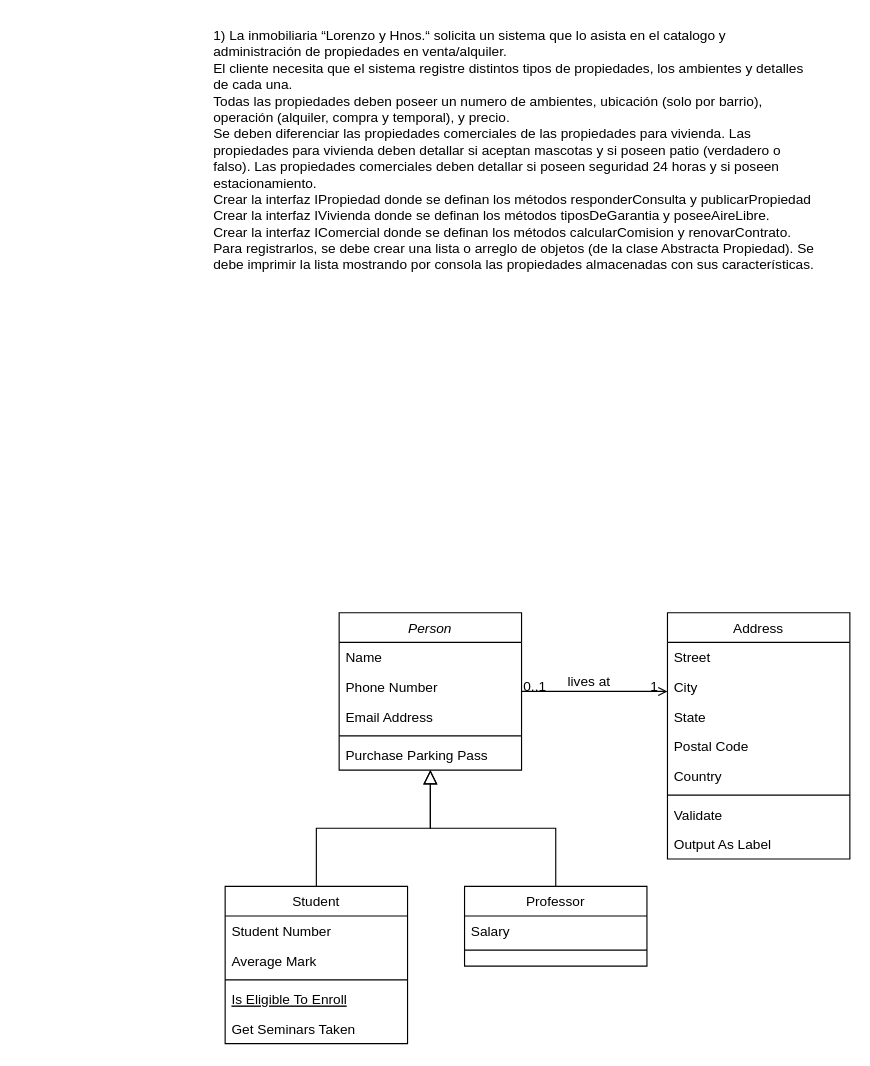
Earlier version of the draw.io diagram DesarrolloOrientadoObjetos/Parcial2DOO/Parcial2DOO.drawio (monick96/PracticeCsharp). Source tidied: cells renumbered, new cells numbered last; positions are measured from the earlier drawing's top-left corner, leaving out a move shared by most shapes. Both pictures are drawn from the tidied source at 114%, with x=0, y=0 at pixel (211, 19).
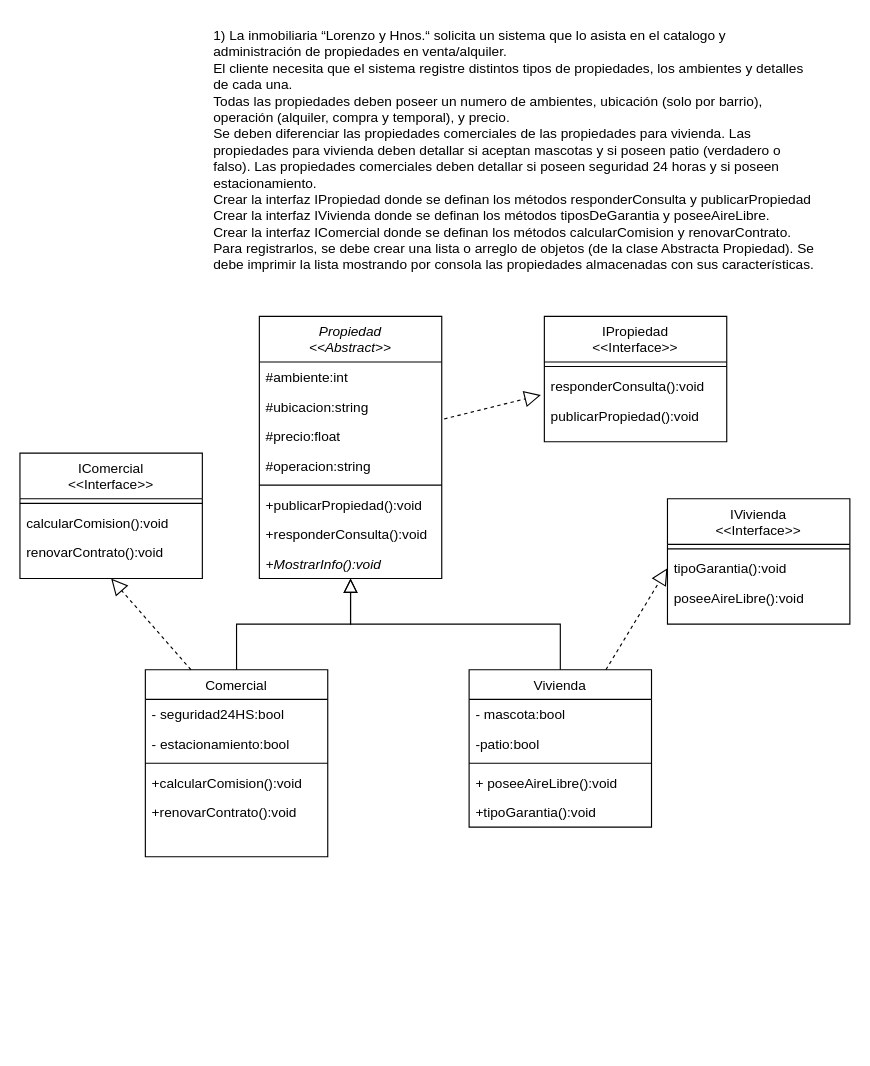
The same diagram, later.

Diff of the diagram source:
```diff
@@
-    <mxCell id="2" value="Person" style="swimlane;fontStyle=2;align=center;verticalAlign=top;horizontal=1;startSize=26;rounded=0;shadow=0;strokeWidth=1;" parent="1" vertex="1">
-      <mxGeometry x="112" y="520" width="160" height="138" as="geometry" />
+    <mxCell id="2" value="Propiedad&#10;&lt;&lt;Abstract&gt;&gt;" style="swimlane;fontStyle=2;align=center;verticalAlign=top;horizontal=1;startSize=40;rounded=0;shadow=0;strokeWidth=1;" parent="1" vertex="1">
+      <mxGeometry x="42" y="260" width="160" height="230" as="geometry" />
     </mxCell>
-    <mxCell id="3" value="Name" style="text;align=left;verticalAlign=top;spacingLeft=4;spacingRight=4;overflow=hidden;" parent="2" vertex="1">
-      <mxGeometry y="26" width="160" height="26" as="geometry" />
+    <mxCell id="3" value="#ambiente:int" style="text;align=left;verticalAlign=top;spacingLeft=4;spacingRight=4;overflow=hidden;" parent="2" vertex="1">
+      <mxGeometry y="40" width="160" height="26" as="geometry" />
     </mxCell>
-    <mxCell id="4" value="Phone Number" style="text;align=left;verticalAlign=top;spacingLeft=4;spacingRight=4;overflow=hidden;points=[[0,0.5],[1,0.5]];portConstraint=eastwest;rounded=0;shadow=0;html=0;" parent="2" vertex="1">
-      <mxGeometry y="52" width="160" height="26" as="geometry" />
+    <mxCell id="4" value="#ubicacion:string" style="text;align=left;verticalAlign=top;spacingLeft=4;spacingRight=4;overflow=hidden;points=[[0,0.5],[1,0.5]];portConstraint=eastwest;rounded=0;shadow=0;html=0;" parent="2" vertex="1">
+      <mxGeometry y="66" width="160" height="26" as="geometry" />
     </mxCell>
+    <mxCell id="33" value="#precio:float" style="text;align=left;verticalAlign=top;spacingLeft=4;spacingRight=4;overflow=hidden;rounded=0;shadow=0;html=0;" parent="2" vertex="1">
+      <mxGeometry y="92" width="160" height="26" as="geometry" />
+    </mxCell>
-    <mxCell id="5" value="Email Address" style="text;align=left;verticalAlign=top;spacingLeft=4;spacingRight=4;overflow=hidden;rounded=0;shadow=0;html=0;" parent="2" vertex="1">
-      <mxGeometry y="78" width="160" height="26" as="geometry" />
+    <mxCell id="5" value="#operacion:string" style="text;align=left;verticalAlign=top;spacingLeft=4;spacingRight=4;overflow=hidden;rounded=0;shadow=0;html=0;" parent="2" vertex="1">
+      <mxGeometry y="118" width="160" height="26" as="geometry" />
     </mxCell>
     <mxCell id="6" style="line;html=1;strokeWidth=1;align=left;verticalAlign=middle;spacingTop=-1;spacingLeft=3;spacingRight=3;labelPosition=right;" parent="2" vertex="1">
-      <mxGeometry y="104" width="160" height="8" as="geometry" />
+      <mxGeometry y="144" width="160" height="8" as="geometry" />
     </mxCell>
-    <mxCell id="7" value="Purchase Parking Pass" style="text;align=left;verticalAlign=top;spacingLeft=4;spacingRight=4;overflow=hidden;" parent="2" vertex="1">
-      <mxGeometry y="112" width="160" height="26" as="geometry" />
-    </mxCell>
+    <mxCell id="34" value="+publicarPropiedad():void" style="text;align=left;verticalAlign=top;spacingLeft=4;spacingRight=4;overflow=hidden;rounded=0;shadow=0;html=0;" parent="2" vertex="1">
+      <mxGeometry y="152" width="160" height="26" as="geometry" />
+    </mxCell>
+    <mxCell id="35" value="+responderConsulta():void" style="text;align=left;verticalAlign=top;spacingLeft=4;spacingRight=4;overflow=hidden;" parent="2" vertex="1">
+      <mxGeometry y="178" width="160" height="26" as="geometry" />
+    </mxCell>
+    <mxCell id="36" value="+MostrarInfo():void" style="text;align=left;verticalAlign=top;spacingLeft=4;spacingRight=4;overflow=hidden;fontStyle=2;" parent="2" vertex="1">
+      <mxGeometry y="204" width="160" height="26" as="geometry" />
+    </mxCell>
-    <mxCell id="8" value="Student" style="swimlane;fontStyle=0;align=center;verticalAlign=top;horizontal=1;startSize=26;rounded=0;shadow=0;strokeWidth=1;" parent="1" vertex="1">
-      <mxGeometry x="12" y="760" width="160" height="138" as="geometry" />
+    <mxCell id="8" value="Comercial" style="swimlane;fontStyle=0;align=center;verticalAlign=top;horizontal=1;startSize=26;rounded=0;shadow=0;strokeWidth=1;" parent="1" vertex="1">
+      <mxGeometry x="-58" y="570" width="160" height="164" as="geometry" />
     </mxCell>
-    <mxCell id="9" value="Student Number" style="text;align=left;verticalAlign=top;spacingLeft=4;spacingRight=4;overflow=hidden;" parent="8" vertex="1">
+    <mxCell id="9" value="- seguridad24HS:bool" style="text;align=left;verticalAlign=top;spacingLeft=4;spacingRight=4;overflow=hidden;" parent="8" vertex="1">
       <mxGeometry y="26" width="160" height="26" as="geometry" />
     </mxCell>
-    <mxCell id="10" value="Average Mark" style="text;align=left;verticalAlign=top;spacingLeft=4;spacingRight=4;overflow=hidden;rounded=0;shadow=0;html=0;" parent="8" vertex="1">
+    <mxCell id="10" value="- estacionamiento:bool" style="text;align=left;verticalAlign=top;spacingLeft=4;spacingRight=4;overflow=hidden;rounded=0;shadow=0;html=0;" parent="8" vertex="1">
       <mxGeometry y="52" width="160" height="26" as="geometry" />
     </mxCell>
@@
-    <mxCell id="12" value="Is Eligible To Enroll" style="text;align=left;verticalAlign=top;spacingLeft=4;spacingRight=4;overflow=hidden;fontStyle=4;" parent="8" vertex="1">
-      <mxGeometry y="86" width="160" height="26" as="geometry" />
-    </mxCell>
-    <mxCell id="13" value="Get Seminars Taken" style="text;align=left;verticalAlign=top;spacingLeft=4;spacingRight=4;overflow=hidden;" parent="8" vertex="1">
-      <mxGeometry y="112" width="160" height="26" as="geometry" />
-    </mxCell>
+    <mxCell id="37" value="+calcularComision():void" style="text;align=left;verticalAlign=top;spacingLeft=4;spacingRight=4;overflow=hidden;" parent="8" vertex="1">
+      <mxGeometry y="86" width="160" height="26" as="geometry" />
+    </mxCell>
+    <mxCell id="38" value="+renovarContrato():void" style="text;align=left;verticalAlign=top;spacingLeft=4;spacingRight=4;overflow=hidden;rounded=0;shadow=0;html=0;" parent="8" vertex="1">
+      <mxGeometry y="112" width="160" height="26" as="geometry" />
+    </mxCell>
@@
-    <mxCell id="15" value="Professor" style="swimlane;fontStyle=0;align=center;verticalAlign=top;horizontal=1;startSize=26;rounded=0;shadow=0;strokeWidth=1;" parent="1" vertex="1">
-      <mxGeometry x="222" y="760" width="160" height="70" as="geometry" />
+    <mxCell id="15" value="Vivienda" style="swimlane;fontStyle=0;align=center;verticalAlign=top;horizontal=1;startSize=26;rounded=0;shadow=0;strokeWidth=1;" parent="1" vertex="1">
+      <mxGeometry x="226" y="570" width="160" height="138" as="geometry" />
     </mxCell>
-    <mxCell id="16" value="Salary" style="text;align=left;verticalAlign=top;spacingLeft=4;spacingRight=4;overflow=hidden;" parent="15" vertex="1">
+    <mxCell id="16" value="- mascota:bool" style="text;align=left;verticalAlign=top;spacingLeft=4;spacingRight=4;overflow=hidden;" parent="15" vertex="1">
       <mxGeometry y="26" width="160" height="26" as="geometry" />
     </mxCell>
+    <mxCell id="39" value="-patio:bool" style="text;align=left;verticalAlign=top;spacingLeft=4;spacingRight=4;overflow=hidden;" parent="15" vertex="1">
+      <mxGeometry y="52" width="160" height="26" as="geometry" />
+    </mxCell>
     <mxCell id="17" style="line;html=1;strokeWidth=1;align=left;verticalAlign=middle;spacingTop=-1;spacingLeft=3;spacingRight=3;labelPosition=right;" parent="15" vertex="1">
-      <mxGeometry y="52" width="160" height="8" as="geometry" />
+      <mxGeometry y="78" width="160" height="8" as="geometry" />
     </mxCell>
+    <mxCell id="40" value="+ poseeAireLibre():void" style="text;align=left;verticalAlign=top;spacingLeft=4;spacingRight=4;overflow=hidden;rounded=0;shadow=0;html=0;" parent="15" vertex="1">
+      <mxGeometry y="86" width="160" height="26" as="geometry" />
+    </mxCell>
+    <mxCell id="41" value="+tipoGarantia():void" style="text;align=left;verticalAlign=top;spacingLeft=4;spacingRight=4;overflow=hidden;" parent="15" vertex="1">
+      <mxGeometry y="112" width="160" height="26" as="geometry" />
+    </mxCell>
@@
-    <mxCell id="19" value="Address" style="swimlane;fontStyle=0;align=center;verticalAlign=top;horizontal=1;startSize=26;rounded=0;shadow=0;strokeWidth=1;" parent="1" vertex="1">
-      <mxGeometry x="400" y="520" width="160" height="216" as="geometry" />
-    </mxCell>
-    <mxCell id="20" value="Street" style="text;align=left;verticalAlign=top;spacingLeft=4;spacingRight=4;overflow=hidden;" parent="19" vertex="1">
-      <mxGeometry y="26" width="160" height="26" as="geometry" />
-    </mxCell>
-    <mxCell id="21" value="City" style="text;align=left;verticalAlign=top;spacingLeft=4;spacingRight=4;overflow=hidden;rounded=0;shadow=0;html=0;" parent="19" vertex="1">
-      <mxGeometry y="52" width="160" height="26" as="geometry" />
-    </mxCell>
-    <mxCell id="22" value="State" style="text;align=left;verticalAlign=top;spacingLeft=4;spacingRight=4;overflow=hidden;rounded=0;shadow=0;html=0;" parent="19" vertex="1">
-      <mxGeometry y="78" width="160" height="26" as="geometry" />
-    </mxCell>
-    <mxCell id="23" value="Postal Code" style="text;align=left;verticalAlign=top;spacingLeft=4;spacingRight=4;overflow=hidden;rounded=0;shadow=0;html=0;" parent="19" vertex="1">
-      <mxGeometry y="104" width="160" height="26" as="geometry" />
-    </mxCell>
-    <mxCell id="24" value="Country" style="text;align=left;verticalAlign=top;spacingLeft=4;spacingRight=4;overflow=hidden;rounded=0;shadow=0;html=0;" parent="19" vertex="1">
-      <mxGeometry y="130" width="160" height="26" as="geometry" />
-    </mxCell>
-    <mxCell id="25" style="line;html=1;strokeWidth=1;align=left;verticalAlign=middle;spacingTop=-1;spacingLeft=3;spacingRight=3;labelPosition=right;" parent="19" vertex="1">
-      <mxGeometry y="156" width="160" height="8" as="geometry" />
-    </mxCell>
-    <mxCell id="26" value="Validate" style="text;align=left;verticalAlign=top;spacingLeft=4;spacingRight=4;overflow=hidden;" parent="19" vertex="1">
-      <mxGeometry y="164" width="160" height="26" as="geometry" />
-    </mxCell>
-    <mxCell id="27" value="Output As Label" style="text;align=left;verticalAlign=top;spacingLeft=4;spacingRight=4;overflow=hidden;" parent="19" vertex="1">
-      <mxGeometry y="190" width="160" height="26" as="geometry" />
-    </mxCell>
-    <mxCell id="28" style="endArrow=open;shadow=0;strokeWidth=1;rounded=0;curved=0;endFill=1;edgeStyle=elbowEdgeStyle;elbow=vertical;" parent="1" edge="1" source="2" target="19">
-      <mxGeometry x="0.5" y="41" relative="1" as="geometry">
-        <mxPoint x="-40" y="32" as="offset" />
-      </mxGeometry>
-    </mxCell>
-    <mxCell id="29" value="0..1" style="align=left;verticalAlign=bottom;labelBackgroundColor=none;fontSize=12;" parent="28" vertex="1">
-      <mxGeometry x="-1" relative="1" as="geometry">
-        <mxPoint y="4" as="offset" />
-      </mxGeometry>
-    </mxCell>
-    <mxCell id="30" value="1" style="align=right;verticalAlign=bottom;labelBackgroundColor=none;fontSize=12;" parent="28" vertex="1">
-      <mxGeometry x="1" relative="1" as="geometry">
-        <mxPoint x="-7" y="4" as="offset" />
-      </mxGeometry>
-    </mxCell>
-    <mxCell id="31" value="lives at" style="text;html=1;align=center;verticalAlign=middle;labelBackgroundColor=none;rounded=0;shadow=0;strokeWidth=1;fontSize=12;" parent="28" vertex="1">
-      <mxGeometry x="0.5" y="49" relative="1" as="geometry">
-        <mxPoint x="-38" y="40" as="offset" />
-      </mxGeometry>
-    </mxCell>
     <mxCell id="32" value="1) La inmobiliaria “Lorenzo y Hnos.“ solicita un sistema que lo asista en el catalogo y&#10;administración de propiedades en venta/alquiler.&#10;El cliente necesita que el sistema registre distintos tipos de propiedades, los ambientes y detalles&#10;de cada una.&#10;Todas las propiedades deben poseer un numero de ambientes, ubicación (solo por barrio),&#10;operación (alquiler, compra y temporal), y precio.&#10;Se deben diferenciar las propiedades comerciales de las propiedades para vivienda. Las&#10;propiedades para vivienda deben detallar si aceptan mascotas y si poseen patio (verdadero o&#10;falso). Las propiedades comerciales deben detallar si poseen seguridad 24 horas y si poseen&#10;estacionamiento.&#10;Crear la interfaz IPropiedad donde se definan los métodos responderConsulta y publicarPropiedad&#10;Crear la interfaz IVivienda donde se definan los métodos tiposDeGarantia y poseeAireLibre.&#10;Crear la interfaz IComercial donde se definan los métodos calcularComision y renovarContrato.&#10;Para registrarlos, se debe crear una lista o arreglo de objetos (de la clase Abstracta Propiedad). Se&#10;debe imprimir la lista mostrando por consola las propiedades almacenadas con sus características." style="text;whiteSpace=wrap;html=1;" parent="1" vertex="1">
-      <mxGeometry width="560" height="280" as="geometry" />
+      <mxGeometry width="560" height="240" as="geometry" />
     </mxCell>
+    <mxCell id="42" value="IPropiedad&#10;&lt;&lt;Interface&gt;&gt;" style="swimlane;fontStyle=0;align=center;verticalAlign=top;horizontal=1;startSize=40;rounded=0;shadow=0;strokeWidth=1;" parent="1" vertex="1">
+      <mxGeometry x="292" y="260" width="160" height="110" as="geometry" />
+    </mxCell>
+    <mxCell id="43" style="line;html=1;strokeWidth=1;align=left;verticalAlign=middle;spacingTop=-1;spacingLeft=3;spacingRight=3;labelPosition=right;" parent="42" vertex="1">
+      <mxGeometry y="40" width="160" height="8" as="geometry" />
+    </mxCell>
+    <mxCell id="44" value="responderConsulta():void" style="text;align=left;verticalAlign=top;spacingLeft=4;spacingRight=4;overflow=hidden;points=[[0,0.5],[1,0.5]];portConstraint=eastwest;" parent="42" vertex="1">
+      <mxGeometry y="48" width="160" height="26" as="geometry" />
+    </mxCell>
+    <mxCell id="45" value="publicarPropiedad():void" style="text;align=left;verticalAlign=top;spacingLeft=4;spacingRight=4;overflow=hidden;rounded=0;shadow=0;html=0;" parent="42" vertex="1">
+      <mxGeometry y="74" width="160" height="26" as="geometry" />
+    </mxCell>
+    <mxCell id="46" style="endArrow=block;dashed=1;endFill=0;endSize=12;html=1;rounded=0;exitX=1.013;exitY=0.923;exitDx=0;exitDy=0;exitPerimeter=0;entryX=-0.019;entryY=0.808;entryDx=0;entryDy=0;entryPerimeter=0;" parent="1" edge="1" source="4" target="44">
+      <mxGeometry relative="1" as="geometry" />
+    </mxCell>
+    <mxCell id="47" value="IVivienda&#10;&lt;&lt;Interface&gt;&gt;" style="swimlane;fontStyle=0;align=center;verticalAlign=top;horizontal=1;startSize=40;rounded=0;shadow=0;strokeWidth=1;" parent="1" vertex="1">
+      <mxGeometry x="400" y="420" width="160" height="110" as="geometry" />
+    </mxCell>
+    <mxCell id="48" style="line;html=1;strokeWidth=1;align=left;verticalAlign=middle;spacingTop=-1;spacingLeft=3;spacingRight=3;labelPosition=right;" parent="47" vertex="1">
+      <mxGeometry y="40" width="160" height="8" as="geometry" />
+    </mxCell>
+    <mxCell id="49" value="tipoGarantia():void" style="text;align=left;verticalAlign=top;spacingLeft=4;spacingRight=4;overflow=hidden;points=[[0,0.5],[1,0.5]];portConstraint=eastwest;" parent="47" vertex="1">
+      <mxGeometry y="48" width="160" height="26" as="geometry" />
+    </mxCell>
+    <mxCell id="50" value="poseeAireLibre():void" style="text;align=left;verticalAlign=top;spacingLeft=4;spacingRight=4;overflow=hidden;rounded=0;shadow=0;html=0;" parent="47" vertex="1">
+      <mxGeometry y="74" width="160" height="26" as="geometry" />
+    </mxCell>
+    <mxCell id="51" style="endArrow=block;dashed=1;endFill=0;endSize=12;html=1;rounded=0;entryX=0;entryY=0.5;entryDx=0;entryDy=0;exitX=0.75;exitY=0;exitDx=0;exitDy=0;" parent="1" edge="1" source="15" target="49">
+      <mxGeometry relative="1" as="geometry" />
+    </mxCell>
+    <mxCell id="52" value="IComercial&#10;&lt;&lt;Interface&gt;&gt;" style="swimlane;fontStyle=0;align=center;verticalAlign=top;horizontal=1;startSize=40;rounded=0;shadow=0;strokeWidth=1;" parent="1" vertex="1">
+      <mxGeometry x="-168" y="380" width="160" height="110" as="geometry" />
+    </mxCell>
+    <mxCell id="53" style="line;html=1;strokeWidth=1;align=left;verticalAlign=middle;spacingTop=-1;spacingLeft=3;spacingRight=3;labelPosition=right;" parent="52" vertex="1">
+      <mxGeometry y="40" width="160" height="8" as="geometry" />
+    </mxCell>
+    <mxCell id="54" value="calcularComision():void" style="text;align=left;verticalAlign=top;spacingLeft=4;spacingRight=4;overflow=hidden;" parent="52" vertex="1">
+      <mxGeometry y="48" width="160" height="26" as="geometry" />
+    </mxCell>
+    <mxCell id="55" value="renovarContrato():void" style="text;align=left;verticalAlign=top;spacingLeft=4;spacingRight=4;overflow=hidden;rounded=0;shadow=0;html=0;" parent="52" vertex="1">
+      <mxGeometry y="74" width="160" height="26" as="geometry" />
+    </mxCell>
+    <mxCell id="56" style="endArrow=block;dashed=1;endFill=0;endSize=12;html=1;rounded=0;exitX=0.25;exitY=0;exitDx=0;exitDy=0;entryX=0.5;entryY=1;entryDx=0;entryDy=0;" parent="1" edge="1" source="8" target="52">
+      <mxGeometry relative="1" as="geometry" />
+    </mxCell>
```
